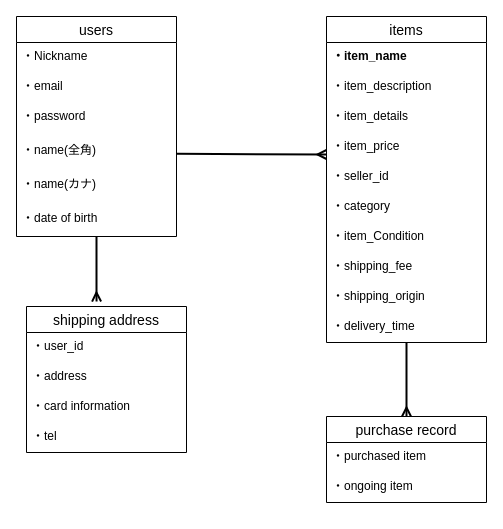
This is ER図.dio from popoak/furima-39566, a draw.io file, before an edit. Source tidied: cells renumbered, new cells numbered last; positions are measured from the earlier drawing's top-left corner, leaving out a move shared by most shapes. Both pictures are drawn from the tidied source at 100%, with x=0, y=0 at pixel (16, 16).
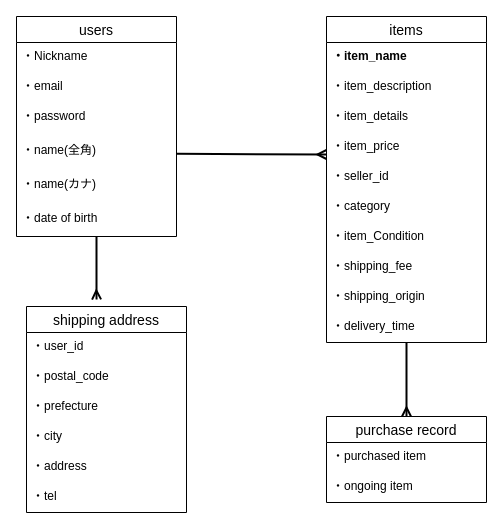
The same page after the edit.

Diff of the diagram source:
```diff
@@
     <mxCell id="24" value="shipping address" style="swimlane;fontStyle=0;horizontal=1;startSize=26;align=center;fontSize=14;" parent="1" vertex="1">
-      <mxGeometry x="10" y="290" width="160" height="146" as="geometry" />
+      <mxGeometry x="10" y="290" width="160" height="206" as="geometry" />
     </mxCell>
@@
+    <mxCell id="28" value="・postal_code" style="text;strokeColor=none;fillColor=none;spacingLeft=4;spacingRight=4;overflow=hidden;fontSize=12;" parent="24" vertex="1">
+      <mxGeometry y="56" width="160" height="30" as="geometry" />
+    </mxCell>
+    <mxCell id="31" value="・prefecture" style="text;strokeColor=none;fillColor=none;spacingLeft=4;spacingRight=4;overflow=hidden;fontSize=12;" parent="24" vertex="1">
+      <mxGeometry y="86" width="160" height="30" as="geometry" />
+    </mxCell>
+    <mxCell id="32" value="・city" style="text;strokeColor=none;fillColor=none;spacingLeft=4;spacingRight=4;overflow=hidden;fontSize=12;" parent="24" vertex="1">
+      <mxGeometry y="116" width="160" height="30" as="geometry" />
+    </mxCell>
-    <mxCell id="26" value="・address" style="text;strokeColor=none;fillColor=none;spacingLeft=4;spacingRight=4;overflow=hidden;fontSize=12;" parent="24" vertex="1">
-      <mxGeometry y="56" width="160" height="30" as="geometry" />
+    <mxCell id="26" value="・address " style="text;strokeColor=none;fillColor=none;spacingLeft=4;spacingRight=4;overflow=hidden;fontSize=12;" parent="24" vertex="1">
+      <mxGeometry y="146" width="160" height="30" as="geometry" />
     </mxCell>
-    <mxCell id="27" value="・card information&#10;" style="text;strokeColor=none;fillColor=none;spacingLeft=4;spacingRight=4;overflow=hidden;fontSize=12;" parent="24" vertex="1">
-      <mxGeometry y="86" width="160" height="30" as="geometry" />
-    </mxCell>
-    <mxCell id="28" value="・tel" style="text;strokeColor=none;fillColor=none;spacingLeft=4;spacingRight=4;overflow=hidden;fontSize=12;" parent="24" vertex="1">
-      <mxGeometry y="116" width="160" height="30" as="geometry" />
-    </mxCell>
+    <mxCell id="33" value="・tel" style="text;strokeColor=none;fillColor=none;spacingLeft=4;spacingRight=4;overflow=hidden;fontSize=12;" parent="24" vertex="1">
+      <mxGeometry y="176" width="160" height="30" as="geometry" />
+    </mxCell>
```
